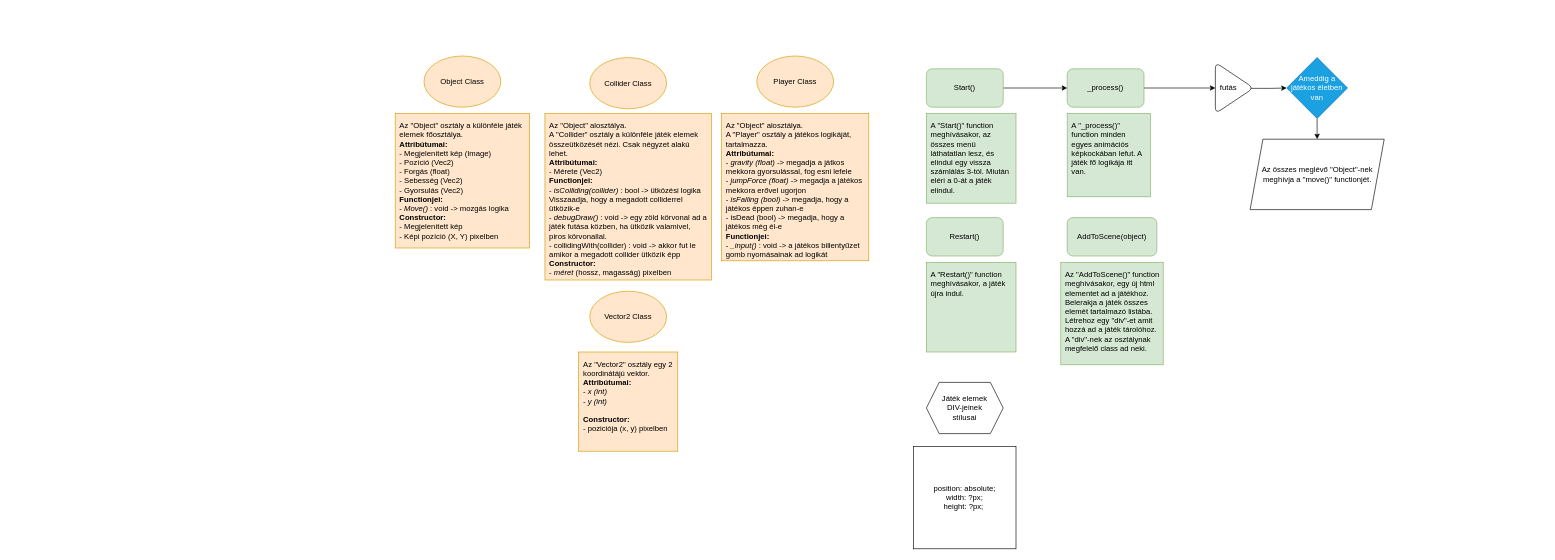
lipotjozsef/webprojekt keeps this draw.io diagram as Game/Game.drawio. Above is the earlier version. Source tidied: cells renumbered, new cells numbered last; positions are measured from the earlier drawing's top-left corner, leaving out a move shared by most shapes. Both pictures are drawn from the tidied source at 64%, with x=0, y=0 at pixel (395, 56).
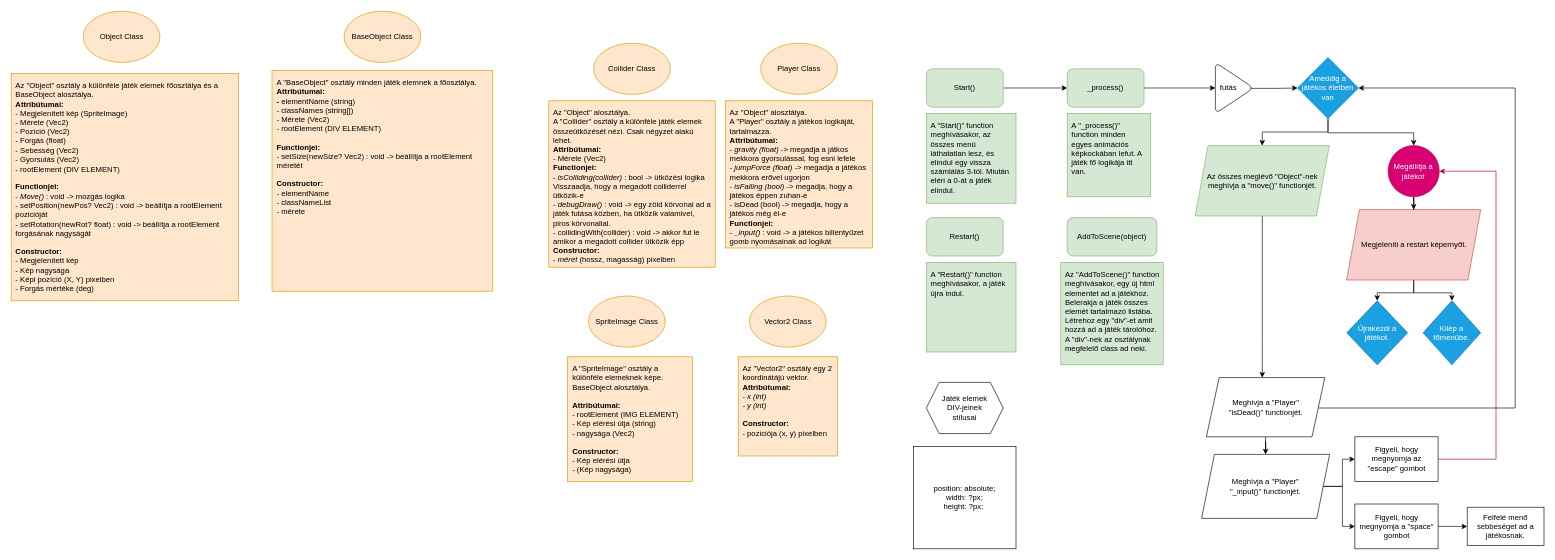
The same page after the edit.

Commit message:
ábra modosítva, bővítve

Change to the diagram source:
```diff
@@
     <mxCell id="8" value="Object Class" style="ellipse;whiteSpace=wrap;html=1;fillColor=#ffe6cc;strokeColor=#d79b00;" parent="1" vertex="1">
-      <mxGeometry x="45" width="120" height="80" as="geometry" />
+      <mxGeometry x="-487.5" y="-70" width="120" height="80" as="geometry" />
     </mxCell>
-    <mxCell id="9" value="Az &quot;Object&quot; osztály a különféle játék elemek főosztálya.&lt;br&gt;&lt;b&gt;Attribútumai:&lt;/b&gt;&lt;div&gt;- Megjelenített kép (Image)&lt;br&gt;&lt;div&gt;- Pozíció (Vec2)&lt;/div&gt;&lt;div&gt;- Forgás (float)&lt;br&gt;- Sebesség (Vec2)&lt;/div&gt;&lt;div&gt;- Gyorsulás (Vec2)&lt;/div&gt;&lt;div&gt;&lt;b&gt;Functionjei:&lt;/b&gt;&lt;/div&gt;&lt;div&gt;- &lt;i&gt;Move()&lt;/i&gt; : void -&amp;gt; mozgás logika&lt;br&gt;&lt;b&gt;Constructor:&lt;/b&gt;&lt;/div&gt;&lt;/div&gt;&lt;div&gt;- Megjelenített kép&lt;/div&gt;&lt;div&gt;- Képi pozíció (X, Y) pixelben&lt;/div&gt;" style="whiteSpace=wrap;html=1;align=left;verticalAlign=top;spacingTop=5;spacingLeft=5;spacingRight=5;fillColor=#ffe6cc;strokeColor=#d79b00;" parent="1" vertex="1">
-      <mxGeometry y="90" width="210" height="210" as="geometry" />
+    <mxCell id="9" value="Az &quot;Object&quot; osztály a különféle játék elemek főosztálya és a BaseObject alosztálya.&lt;br&gt;&lt;b&gt;Attribútumai:&lt;/b&gt;&lt;div&gt;- Megjelenített kép (SpriteImage)&lt;/div&gt;&lt;div&gt;- Mérete&amp;nbsp;(Vec2)&lt;/div&gt;&lt;div&gt;&lt;div&gt;- Pozíció (Vec2)&lt;/div&gt;&lt;div&gt;- Forgás (float)&lt;br&gt;- Sebesség (Vec2)&lt;/div&gt;&lt;div&gt;- Gyorsulás (Vec2)&lt;/div&gt;&lt;div&gt;- rootElement (DIV ELEMENT)&lt;/div&gt;&lt;div&gt;&lt;br&gt;&lt;/div&gt;&lt;div&gt;&lt;b&gt;Functionjei:&lt;/b&gt;&lt;/div&gt;&lt;div&gt;- &lt;i&gt;Move()&lt;/i&gt; : void -&amp;gt; mozgás logika&lt;/div&gt;&lt;div&gt;- setPosition(newPos? Vec2) : void -&amp;gt; beállítja a rootElement pozicióját&lt;/div&gt;&lt;div&gt;- setRotation(newRot? float) : void -&amp;gt; beállítja a rootElement forgásának nagyságát&lt;/div&gt;&lt;div&gt;&lt;br&gt;&lt;/div&gt;&lt;div&gt;&lt;b&gt;Constructor:&lt;/b&gt;&lt;/div&gt;&lt;/div&gt;&lt;div&gt;- Megjelenített kép&lt;/div&gt;&lt;div&gt;-&amp;nbsp;&lt;span style=&quot;background-color: initial;&quot;&gt;Kép nagysága&lt;/span&gt;&lt;/div&gt;&lt;div&gt;- Képi pozíció (X, Y) pixelben&lt;/div&gt;&lt;div&gt;- Forgás mértéke (deg)&lt;/div&gt;&lt;div&gt;&lt;br&gt;&lt;/div&gt;" style="whiteSpace=wrap;html=1;align=left;verticalAlign=top;spacingTop=5;spacingLeft=5;spacingRight=5;fillColor=#ffe6cc;strokeColor=#d79b00;" parent="1" vertex="1">
+      <mxGeometry x="-600" y="27.5" width="355" height="355" as="geometry" />
     </mxCell>
     <mxCell id="10" value="Collider Class" style="ellipse;whiteSpace=wrap;html=1;fillColor=#ffe6cc;strokeColor=#d79b00;" parent="1" vertex="1">
-      <mxGeometry x="304" y="2.5" width="120" height="80" as="geometry" />
+      <mxGeometry x="310" y="-20" width="120" height="80" as="geometry" />
     </mxCell>
     <mxCell id="11" value="Az &quot;Object&quot; alosztálya.&lt;div&gt;A &quot;Collider&quot; osztály a különféle játék elemek összeütközését nézi. Csak négyzet alakú lehet.&amp;nbsp;&lt;br&gt;&lt;b&gt;Attribútumai:&lt;/b&gt;&lt;div&gt;&lt;div&gt;- Mérete (Vec2)&lt;/div&gt;&lt;div&gt;&lt;b&gt;Functionjei:&lt;/b&gt;&lt;/div&gt;&lt;div&gt;- &lt;i&gt;isColliding(collider)&lt;/i&gt; : bool -&amp;gt; ütközési logika&lt;br&gt;Visszaadja, hogy a megadott colliderrel ütközik-e&lt;br&gt;&lt;/div&gt;&lt;/div&gt;&lt;/div&gt;&lt;div&gt;- &lt;i&gt;debugDraw() &lt;/i&gt;: void -&amp;gt; egy zöld körvonal ad a játék futása közben, ha ütközik valamivel, piros körvonallal.&lt;/div&gt;&lt;div&gt;- collidingWith(collider) : void -&amp;gt; akkor fut le amikor a megadott collider ütközik épp&lt;/div&gt;&lt;div&gt;&lt;b&gt;Constructor:&lt;/b&gt;&lt;/div&gt;&lt;div&gt;- &lt;i&gt;méret &lt;/i&gt;(hossz, magasság) pixelben&lt;/div&gt;" style="whiteSpace=wrap;html=1;align=left;verticalAlign=top;spacingTop=5;spacingLeft=5;spacingRight=5;fillColor=#ffe6cc;strokeColor=#d79b00;" parent="1" vertex="1">
-      <mxGeometry x="234" y="90" width="260" height="260" as="geometry" />
+      <mxGeometry x="240" y="70" width="260" height="260" as="geometry" />
     </mxCell>
     <mxCell id="12" value="Player Class" style="ellipse;whiteSpace=wrap;html=1;fillColor=#ffe6cc;strokeColor=#d79b00;" parent="1" vertex="1">
-      <mxGeometry x="565" width="120" height="80" as="geometry" />
+      <mxGeometry x="571" y="-20" width="120" height="80" as="geometry" />
     </mxCell>
     <mxCell id="13" value="Az &quot;Object&quot; alosztálya.&lt;div&gt;A &quot;Player&quot; osztály a játékos logikáját, tartalmazza.&amp;nbsp;&lt;br&gt;&lt;b&gt;Attribútumai:&lt;/b&gt;&lt;div&gt;&lt;div&gt;- &lt;i&gt;gravity (float)&lt;/i&gt; -&amp;gt; megadja a játkos mekkora gyorsulással, fog esni lefele&lt;br&gt;- &lt;i&gt;jumpForce (float)&lt;/i&gt; -&amp;gt; megadja a játékos mekkora erővel ugorjon&lt;/div&gt;&lt;div&gt;&lt;span style=&quot;background-color: initial;&quot;&gt;- &lt;i&gt;isFalling (bool)&lt;/i&gt; -&amp;gt; megadja, hogy a játékos éppen zuhan-e&amp;nbsp;&lt;/span&gt;&lt;/div&gt;&lt;div&gt;&lt;span style=&quot;background-color: initial;&quot;&gt;- isDead (bool) -&amp;gt; megadja, hogy a játékos még él-e&lt;/span&gt;&lt;/div&gt;&lt;div&gt;&lt;b style=&quot;background-color: initial;&quot;&gt;Functionjei:&lt;/b&gt;&lt;/div&gt;&lt;div&gt;- &lt;i&gt;_input() &lt;/i&gt;: void -&amp;gt; a játékos billentyűzet gomb nyomásainak ad logikát&lt;br&gt;&lt;/div&gt;&lt;/div&gt;&lt;/div&gt;" style="whiteSpace=wrap;html=1;align=left;verticalAlign=top;spacingTop=5;spacingLeft=5;spacingRight=5;fillColor=#ffe6cc;strokeColor=#d79b00;" parent="1" vertex="1">
-      <mxGeometry x="510" y="90" width="230" height="230" as="geometry" />
+      <mxGeometry x="516" y="70" width="230" height="230" as="geometry" />
     </mxCell>
     <mxCell id="14" value="Vector2 Class" style="ellipse;whiteSpace=wrap;html=1;fillColor=#ffe6cc;strokeColor=#d79b00;" parent="1" vertex="1">
-      <mxGeometry x="304" y="367.5" width="120" height="80" as="geometry" />
+      <mxGeometry x="553.5" y="375" width="120" height="80" as="geometry" />
     </mxCell>
     <mxCell id="15" value="Az &quot;Vector2&quot; osztály egy 2 koordinátájú vektor&lt;span style=&quot;background-color: initial;&quot;&gt;.&amp;nbsp;&lt;/span&gt;&lt;div&gt;&lt;b&gt;Attribútumai:&lt;/b&gt;&lt;div&gt;&lt;div&gt;- &lt;i&gt;x (int)&lt;br&gt;- y (int)&lt;/i&gt;&lt;/div&gt;&lt;div&gt;&lt;br&gt;&lt;/div&gt;&lt;/div&gt;&lt;/div&gt;&lt;div&gt;&lt;b&gt;Constructor:&lt;/b&gt;&lt;/div&gt;&lt;div&gt;- poziciója (x, y) pixelben&lt;/div&gt;" style="whiteSpace=wrap;html=1;align=left;verticalAlign=top;spacingTop=5;spacingLeft=5;spacingRight=5;fillColor=#ffe6cc;strokeColor=#d79b00;" parent="1" vertex="1">
-      <mxGeometry x="286.5" y="462.5" width="155" height="155" as="geometry" />
+      <mxGeometry x="536" y="470" width="155" height="155" as="geometry" />
     </mxCell>
@@
+    <mxCell id="27" style="edgeStyle=orthogonalEdgeStyle;rounded=0;jettySize=auto;html=1;entryX=0.5;entryY=0;entryDx=0;entryDy=0;" parent="1" edge="1" source="19" target="46">
+      <mxGeometry relative="1" as="geometry">
+        <Array as="points">
+          <mxPoint x="1457" y="120" />
+          <mxPoint x="1591" y="120" />
+        </Array>
+      </mxGeometry>
+    </mxCell>
     <mxCell id="19" value="Ameddig a játékos életben van" style="rhombus;whiteSpace=wrap;html=1;fillColor=#1ba1e2;fontColor=#ffffff;strokeColor=#006EAF;" parent="1" vertex="1">
-      <mxGeometry x="1393" y="2.5" width="95" height="95" as="geometry" />
+      <mxGeometry x="1410" y="2.5" width="95" height="95" as="geometry" />
     </mxCell>
+    <mxCell id="28" style="edgeStyle=orthogonalEdgeStyle;rounded=0;jettySize=auto;html=1;" parent="1" edge="1" source="20" target="36">
+      <mxGeometry relative="1" as="geometry">
+        <Array as="points">
+          <mxPoint x="1355" y="440" />
+          <mxPoint x="1355" y="440" />
+        </Array>
+      </mxGeometry>
+    </mxCell>
-    <mxCell id="20" value="Az összes meglévő &quot;Object&quot;-nek meghívja a &quot;move()&quot; functionjét." style="shape=parallelogram;perimeter=parallelogramPerimeter;whiteSpace=wrap;html=1;fixedSize=1;" parent="1" vertex="1">
-      <mxGeometry x="1335.8" y="130" width="209.5" height="110" as="geometry" />
+    <mxCell id="20" value="Az összes meglévő &quot;Object&quot;-nek meghívja a &quot;move()&quot; functionjét." style="shape=parallelogram;perimeter=parallelogramPerimeter;whiteSpace=wrap;html=1;fixedSize=1;fillColor=#d5e8d4;strokeColor=#82b366;" parent="1" vertex="1">
+      <mxGeometry x="1250" y="140" width="209.5" height="110" as="geometry" />
     </mxCell>
@@
+    <mxCell id="29" style="edgeStyle=orthogonalEdgeStyle;rounded=0;jettySize=auto;html=1;" parent="1" edge="1" source="31" target="33">
+      <mxGeometry relative="1" as="geometry" />
+    </mxCell>
+    <mxCell id="30" style="edgeStyle=orthogonalEdgeStyle;rounded=0;jettySize=auto;html=1;entryX=0;entryY=0.5;entryDx=0;entryDy=0;" parent="1" edge="1" source="31" target="44">
+      <mxGeometry relative="1" as="geometry" />
+    </mxCell>
+    <mxCell id="31" value="Meghívja a &quot;Player&quot;&lt;br&gt;&quot;_input()&quot; functionjét." style="shape=parallelogram;perimeter=parallelogramPerimeter;whiteSpace=wrap;html=1;fixedSize=1;" parent="1" vertex="1">
+      <mxGeometry x="1260" y="622.5" width="200" height="100" as="geometry" />
+    </mxCell>
+    <mxCell id="32" style="edgeStyle=orthogonalEdgeStyle;rounded=0;jettySize=auto;html=1;" parent="1" edge="1" source="33" target="42">
+      <mxGeometry relative="1" as="geometry" />
+    </mxCell>
+    <mxCell id="33" value="Figyeli, hogy megnyomja a &quot;space&quot; gombot" style="whiteSpace=wrap;html=1;" parent="1" vertex="1">
+      <mxGeometry x="1499.5" y="700" width="130" height="70" as="geometry" />
+    </mxCell>
+    <mxCell id="34" style="edgeStyle=orthogonalEdgeStyle;rounded=0;jettySize=auto;html=1;" parent="1" edge="1" source="36" target="31">
+      <mxGeometry relative="1" as="geometry" />
+    </mxCell>
+    <mxCell id="35" style="edgeStyle=orthogonalEdgeStyle;rounded=0;jettySize=auto;html=1;entryX=1;entryY=0.5;entryDx=0;entryDy=0;" parent="1" edge="1" source="36" target="19">
+      <mxGeometry relative="1" as="geometry">
+        <Array as="points">
+          <mxPoint x="1750" y="550" />
+          <mxPoint x="1750" y="50" />
+        </Array>
+      </mxGeometry>
+    </mxCell>
+    <mxCell id="36" value="Meghívja a &quot;Player&quot;&lt;br&gt;&quot;isDead()&quot; functionjét." style="shape=parallelogram;perimeter=parallelogramPerimeter;whiteSpace=wrap;html=1;fixedSize=1;" parent="1" vertex="1">
+      <mxGeometry x="1267.5" y="502.5" width="185" height="92.5" as="geometry" />
+    </mxCell>
+    <mxCell id="37" style="edgeStyle=orthogonalEdgeStyle;rounded=0;jettySize=auto;html=1;entryX=0.5;entryY=0;entryDx=0;entryDy=0;" parent="1" edge="1" source="39" target="40">
+      <mxGeometry relative="1" as="geometry" />
+    </mxCell>
+    <mxCell id="38" style="edgeStyle=orthogonalEdgeStyle;rounded=0;jettySize=auto;html=1;entryX=0.5;entryY=0;entryDx=0;entryDy=0;" parent="1" edge="1" source="39" target="41">
+      <mxGeometry relative="1" as="geometry" />
+    </mxCell>
+    <mxCell id="39" value="Megjeleníti a restart képernyőt." style="shape=parallelogram;perimeter=parallelogramPerimeter;whiteSpace=wrap;html=1;fixedSize=1;fillColor=#f8cecc;strokeColor=#b85450;" parent="1" vertex="1">
+      <mxGeometry x="1486.6" y="240" width="209.5" height="110" as="geometry" />
+    </mxCell>
+    <mxCell id="40" value="Újrakezdi a játékot." style="rhombus;whiteSpace=wrap;html=1;fillColor=#1ba1e2;fontColor=#ffffff;strokeColor=#006EAF;" parent="1" vertex="1">
+      <mxGeometry x="1486.9" y="382.5" width="95" height="100" as="geometry" />
+    </mxCell>
+    <mxCell id="41" value="Kilép a főmenübe." style="rhombus;whiteSpace=wrap;html=1;fillColor=#1ba1e2;fontColor=#ffffff;strokeColor=#006EAF;" parent="1" vertex="1">
+      <mxGeometry x="1606.1" y="382.5" width="90" height="100" as="geometry" />
+    </mxCell>
+    <mxCell id="42" value="Felfelé menő sebbeséget ad a játékosnak." style="whiteSpace=wrap;html=1;" parent="1" vertex="1">
+      <mxGeometry x="1675" y="705" width="120" height="60" as="geometry" />
+    </mxCell>
+    <mxCell id="43" style="edgeStyle=orthogonalEdgeStyle;rounded=0;jettySize=auto;html=1;fillColor=#d80073;strokeColor=#A50040;" parent="1" edge="1" source="44" target="46">
+      <mxGeometry relative="1" as="geometry">
+        <Array as="points">
+          <mxPoint x="1720" y="630" />
+          <mxPoint x="1720" y="180" />
+        </Array>
+      </mxGeometry>
+    </mxCell>
+    <mxCell id="44" value="Figyeli, hogy megnyomja az &quot;escape&quot; gombot" style="whiteSpace=wrap;html=1;" parent="1" vertex="1">
+      <mxGeometry x="1499.5" y="595" width="130" height="70" as="geometry" />
+    </mxCell>
+    <mxCell id="45" style="edgeStyle=orthogonalEdgeStyle;rounded=0;jettySize=auto;html=1;entryX=0.5;entryY=0;entryDx=0;entryDy=0;" parent="1" edge="1" source="46" target="39">
+      <mxGeometry relative="1" as="geometry" />
+    </mxCell>
+    <mxCell id="46" value="Megállítja a játékot" style="ellipse;whiteSpace=wrap;html=1;fillColor=#d80073;fontColor=#ffffff;strokeColor=#A50040;" parent="1" vertex="1">
+      <mxGeometry x="1551.4" y="140" width="80" height="80" as="geometry" />
+    </mxCell>
+    <mxCell id="47" value="SpriteImage&amp;nbsp;&lt;span style=&quot;background-color: initial;&quot;&gt;Class&lt;/span&gt;" style="ellipse;whiteSpace=wrap;html=1;fillColor=#ffe6cc;strokeColor=#d79b00;" parent="1" vertex="1">
+      <mxGeometry x="302" y="375" width="120" height="80" as="geometry" />
+    </mxCell>
+    <mxCell id="48" value="A &quot;SpriteImage&quot; osztály a különféle elemeknek képe. BaseObject alosztálya.&lt;div&gt;&lt;br&gt;&lt;b&gt;Attribútumai:&lt;/b&gt;&lt;div&gt;- rootElement (IMG ELEMENT)&lt;b&gt;&lt;br&gt;&lt;/b&gt;&lt;div&gt;- Kép elérési útja (string)&lt;/div&gt;&lt;div&gt;- nagysága (Vec2)&lt;/div&gt;&lt;div&gt;&lt;div&gt;&lt;br&gt;&lt;/div&gt;&lt;div&gt;&lt;b&gt;Constructor:&lt;/b&gt;&lt;/div&gt;&lt;/div&gt;&lt;div&gt;-&amp;nbsp;&lt;span style=&quot;background-color: initial;&quot;&gt;Kép elérési útja&lt;/span&gt;&lt;/div&gt;&lt;div&gt;- (Kép nagysága)&lt;/div&gt;&lt;/div&gt;&lt;/div&gt;" style="whiteSpace=wrap;html=1;align=left;verticalAlign=top;spacingTop=5;spacingLeft=5;spacingRight=5;fillColor=#ffe6cc;strokeColor=#d79b00;" parent="1" vertex="1">
+      <mxGeometry x="269.5" y="470" width="195" height="195" as="geometry" />
+    </mxCell>
+    <mxCell id="49" value="BaseObject Class" style="ellipse;whiteSpace=wrap;html=1;fillColor=#ffe6cc;strokeColor=#d79b00;" parent="1" vertex="1">
+      <mxGeometry x="-80" y="-70" width="120" height="80" as="geometry" />
+    </mxCell>
+    <mxCell id="50" value="A &quot;BaseObject&quot; osztály minden játék elemnek a főosztálya.&lt;br&gt;&lt;b&gt;Attribútumai:&lt;/b&gt;&lt;div&gt;&lt;b&gt;- &lt;/b&gt;elementName (string)&lt;/div&gt;&lt;div&gt;- classNames (string[])&lt;br&gt;&lt;div&gt;- Mérete&amp;nbsp;(Vec2)&lt;/div&gt;&lt;div&gt;&lt;div&gt;- rootElement (DIV ELEMENT)&lt;/div&gt;&lt;div&gt;&lt;br&gt;&lt;/div&gt;&lt;div&gt;&lt;b&gt;Functionjei:&lt;/b&gt;&lt;/div&gt;&lt;div&gt;- setSize(newSize? Vec2) : void -&amp;gt; beállítja a rootElement méretét&lt;span style=&quot;background-color: initial;&quot;&gt;&amp;nbsp;&lt;/span&gt;&lt;/div&gt;&lt;div&gt;&lt;br&gt;&lt;/div&gt;&lt;div&gt;&lt;b&gt;Constructor:&lt;/b&gt;&lt;/div&gt;&lt;/div&gt;&lt;div&gt;- elementName&lt;/div&gt;&lt;div&gt;- classNameList&lt;/div&gt;&lt;div&gt;- mérete&lt;/div&gt;&lt;div&gt;&lt;br&gt;&lt;/div&gt;&lt;/div&gt;" style="whiteSpace=wrap;html=1;align=left;verticalAlign=top;spacingTop=5;spacingLeft=5;spacingRight=5;fillColor=#ffe6cc;strokeColor=#d79b00;" parent="1" vertex="1">
+      <mxGeometry x="-192.5" y="22.5" width="345" height="345" as="geometry" />
+    </mxCell>
```
